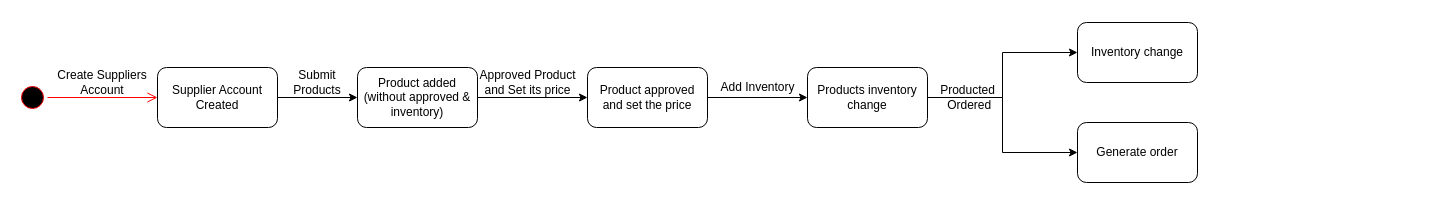
Before: page "State Diagram" (3 of 7) of 1 System Analysis Diagram/Use Case_PlatformSuppliers_Cart-Service.drawio in CHAITANYA510/QuickMall-eCommerce, a draw.io diagram. Source tidied: cells renumbered, new cells numbered last; positions are measured from the earlier drawing's top-left corner, leaving out a move shared by most shapes. Both pictures are drawn from the tidied source at 100%, with x=0, y=0 at pixel (17, 22).
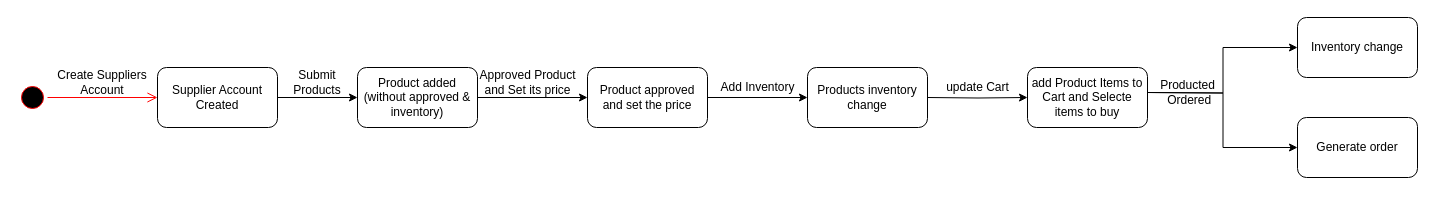
The same diagram, later.

Unchanged cells that the change refers to:
```xml
<mxCell id="9" value="Products inventory change" style="rounded=1;whiteSpace=wrap;html=1;" parent="1" vertex="1">
  <mxGeometry x="790" y="45" width="120" height="60" as="geometry" />
</mxCell>
```

The edit, as a diff of the source:
```diff
@@
-    <mxCell id="7" style="edgeStyle=orthogonalEdgeStyle;rounded=0;jettySize=auto;html=1;exitX=1;exitY=0.5;exitDx=0;exitDy=0;entryX=0;entryY=0.5;entryDx=0;entryDy=0;" parent="1" edge="1" source="9" target="11">
-      <mxGeometry relative="1" as="geometry" />
+    <mxCell id="7" style="edgeStyle=orthogonalEdgeStyle;rounded=0;jettySize=auto;html=1;exitX=1;exitY=0.5;exitDx=0;exitDy=0;entryX=0;entryY=0.5;entryDx=0;entryDy=0;" parent="1" edge="1" target="11">
+      <mxGeometry relative="1" as="geometry">
+        <mxPoint x="1130" y="70" as="sourcePoint" />
+      </mxGeometry>
     </mxCell>
-    <mxCell id="8" style="edgeStyle=orthogonalEdgeStyle;rounded=0;jettySize=auto;html=1;exitX=1;exitY=0.5;exitDx=0;exitDy=0;entryX=0;entryY=0.5;entryDx=0;entryDy=0;" parent="1" edge="1" source="9" target="19">
-      <mxGeometry relative="1" as="geometry" />
+    <mxCell id="8" style="edgeStyle=orthogonalEdgeStyle;rounded=0;jettySize=auto;html=1;exitX=1;exitY=0.5;exitDx=0;exitDy=0;entryX=0;entryY=0.5;entryDx=0;entryDy=0;" parent="1" edge="1" target="19">
+      <mxGeometry relative="1" as="geometry">
+        <mxPoint x="1130" y="70" as="sourcePoint" />
+      </mxGeometry>
     </mxCell>
@@
     <mxCell id="11" value="Inventory change" style="rounded=1;whiteSpace=wrap;html=1;" parent="1" vertex="1">
-      <mxGeometry x="1060" width="120" height="60" as="geometry" />
+      <mxGeometry x="1280" y="-5" width="120" height="60" as="geometry" />
     </mxCell>
     <mxCell id="12" value="Producted&lt;br&gt;&amp;nbsp;Ordered" style="text;html=1;align=center;verticalAlign=middle;strokeColor=none;fillColor=none;" parent="1" vertex="1">
-      <mxGeometry x="910" y="55" width="80" height="40" as="geometry" />
+      <mxGeometry x="1130" y="50" width="80" height="40" as="geometry" />
     </mxCell>
@@
     <mxCell id="19" value="Generate order" style="rounded=1;whiteSpace=wrap;html=1;" parent="1" vertex="1">
-      <mxGeometry x="1060" y="100" width="120" height="60" as="geometry" />
+      <mxGeometry x="1280" y="95" width="120" height="60" as="geometry" />
     </mxCell>
+    <mxCell id="20" style="edgeStyle=orthogonalEdgeStyle;rounded=0;jettySize=auto;html=1;exitX=1;exitY=0.5;exitDx=0;exitDy=0;entryX=0;entryY=0.5;entryDx=0;entryDy=0;" parent="1" edge="1" target="21">
+      <mxGeometry relative="1" as="geometry">
+        <mxPoint x="910" y="75" as="sourcePoint" />
+      </mxGeometry>
+    </mxCell>
+    <mxCell id="21" value="add Product Items to Cart and Selecte items to buy" style="rounded=1;whiteSpace=wrap;html=1;" parent="1" vertex="1">
+      <mxGeometry x="1010" y="45" width="120" height="60" as="geometry" />
+    </mxCell>
+    <mxCell id="22" value="update Cart" style="text;html=1;align=center;verticalAlign=middle;strokeColor=none;fillColor=none;" parent="1" vertex="1">
+      <mxGeometry x="915" y="50" width="90" height="30" as="geometry" />
+    </mxCell>
```
